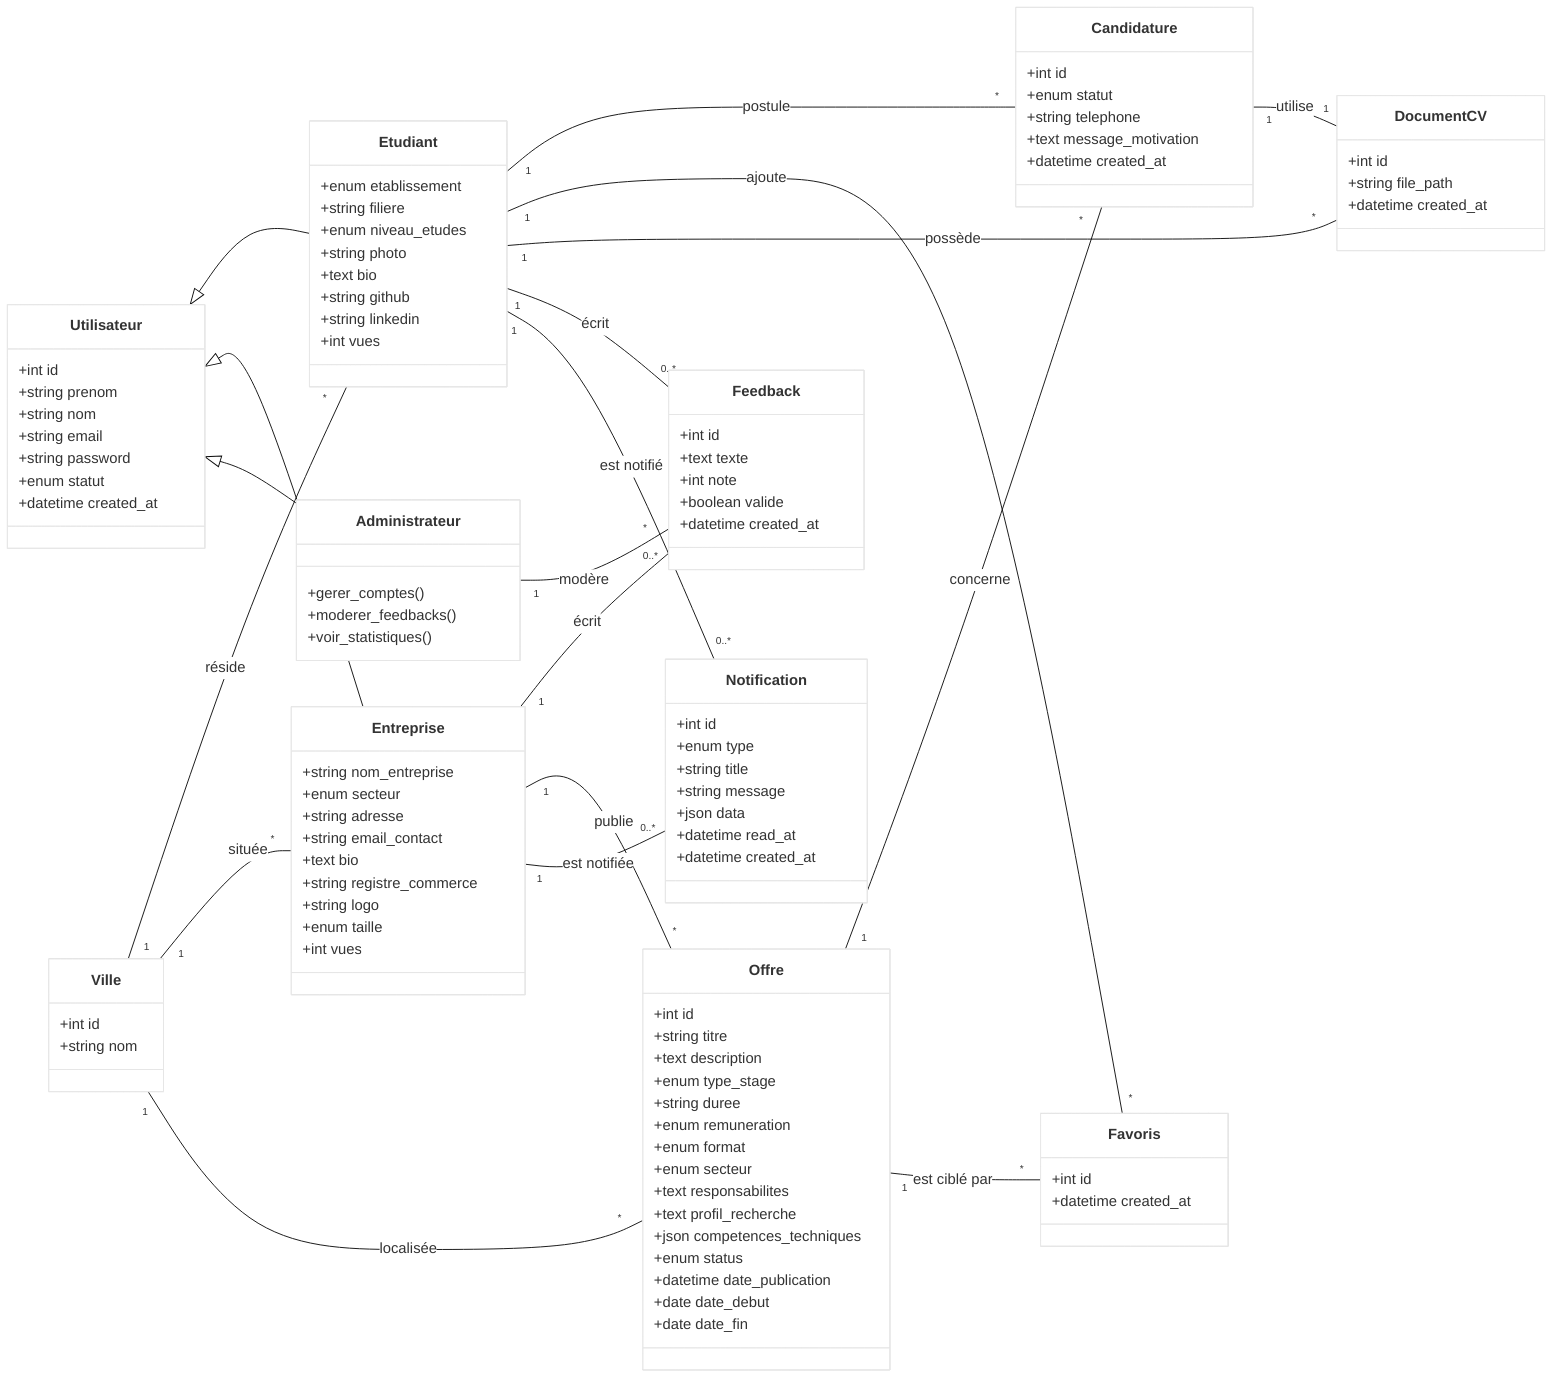
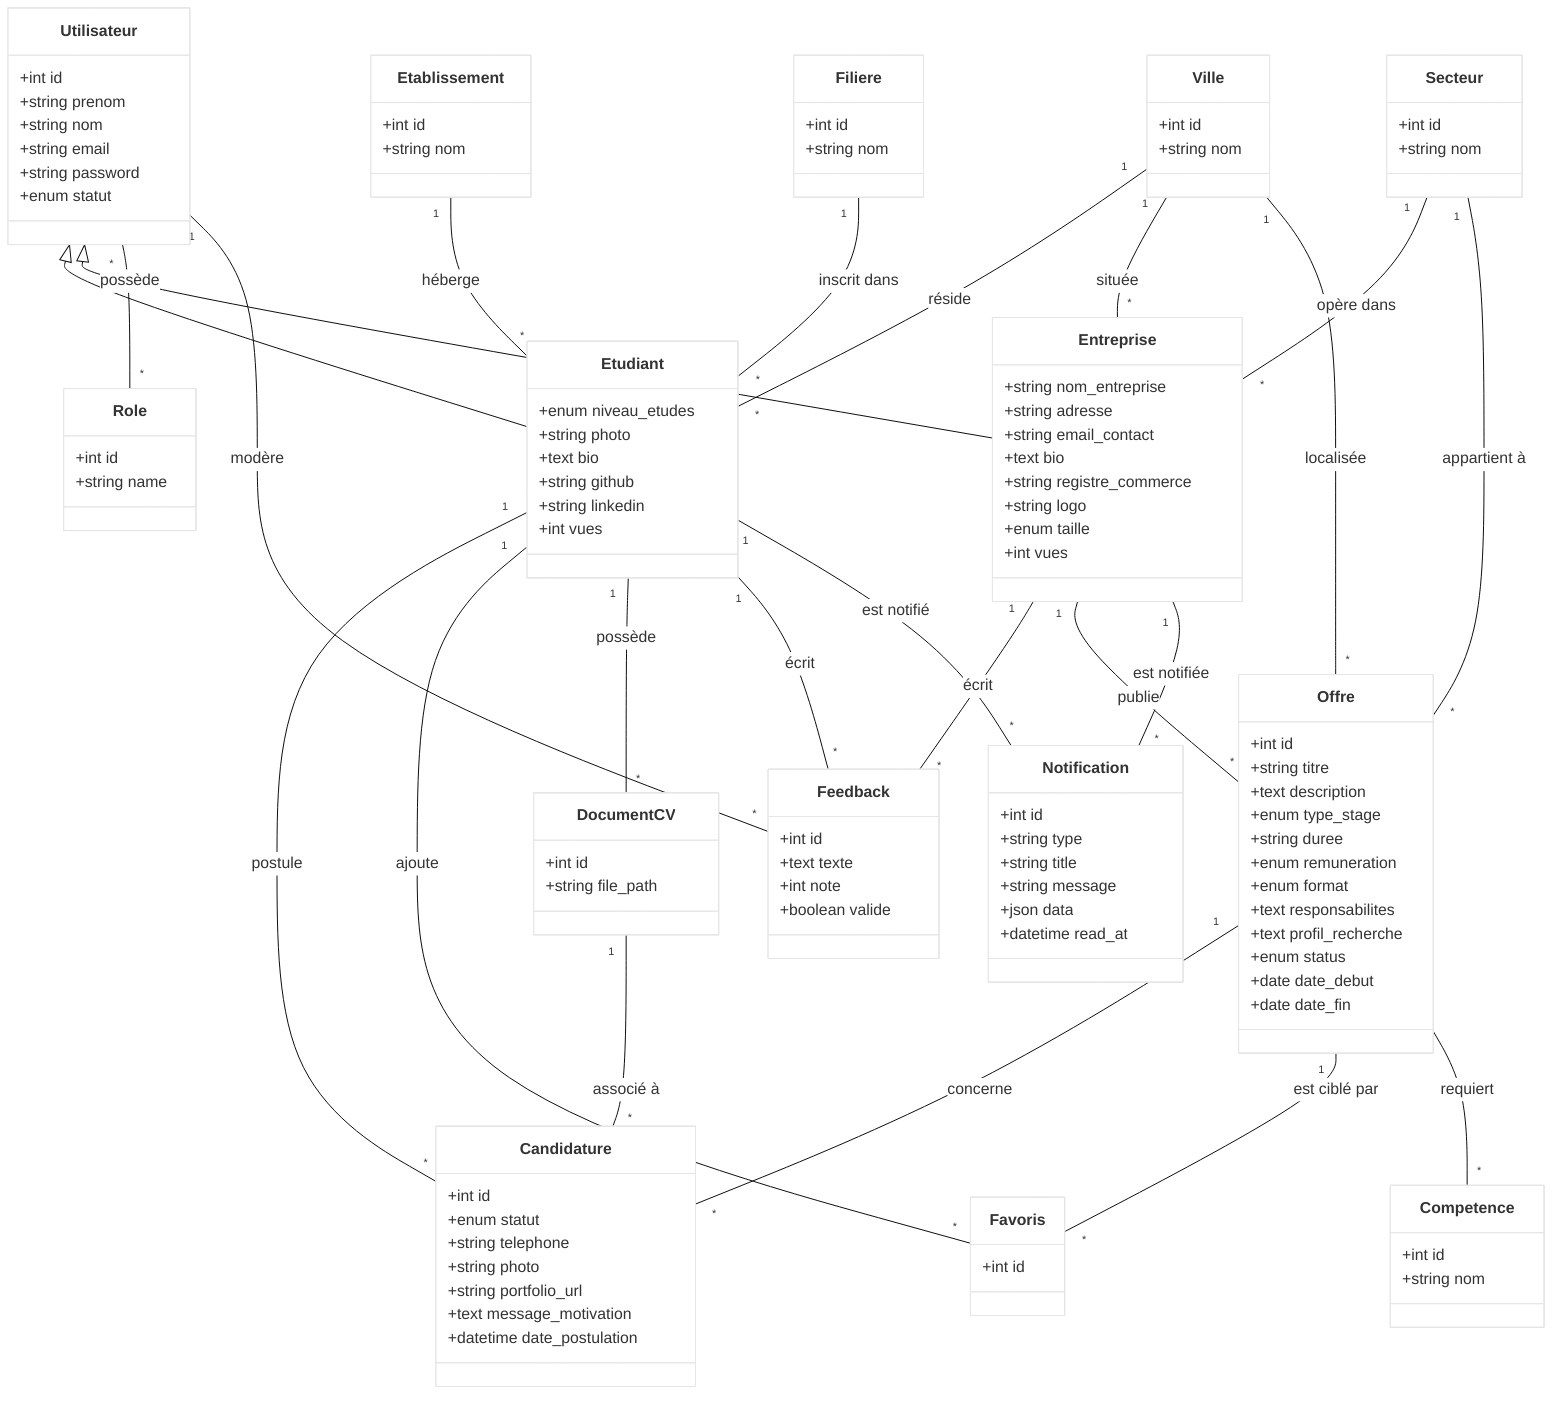
%%{init: {'theme': 'base', 'themeVariables': { 'primaryColor': '#ffffff', 'edgeLabelBackground':'#ffffff', 'tertiaryColor': '#ffffff'}}}%%
classDiagram
-     direction LR
+     direction TB

    %% ====================
-     %% Classes de base (Utilisateurs)
+     %% Noyau Utilisateurs & Rôles
    %% ====================
    class Utilisateur {
        +int id
        +string prenom
        +string nom
        +string email
        +string password
        +enum statut
-         +datetime created_at
+     }
+ 
+     class Role {
+         +int id
+         +string name
    }

    class Etudiant {
-         +enum etablissement
-         +string filiere
        +enum niveau_etudes
        +string photo
        +text bio
        +string github
        +string linkedin
        +int vues
    }

    class Entreprise {
        +string nom_entreprise
-         +enum secteur
        +string adresse
        +string email_contact
        +text bio
        +string registre_commerce
        +string logo
        +enum taille
        +int vues
    }

-     class Administrateur {
-         +gerer_comptes()
-         +moderer_feedbacks()
-         +voir_statistiques()
+     %% ====================
+     %% Tables de Référence / Nomenclature
+     %% ====================
+     class Ville {
+         +int id
+         +string nom
+     }
+ 
+     class Etablissement {
+         +int id
+         +string nom
+     }
+ 
+     class Filiere {
+         +int id
+         +string nom
+     }
+ 
+     class Secteur {
+         +int id
+         +string nom
+     }
+ 
+     class Competence {
+         +int id
+         +string nom
    }

    %% ====================
-     %% Entités Métier
+     %% Entités Métier (Offres & Candidatures)
    %% ====================
    class Offre {
        +int id
        +string titre
        +text description
        +enum type_stage
        +string duree
        +enum remuneration
        +enum format
-         +enum secteur
        +text responsabilites
        +text profil_recherche
-         +json competences_techniques
        +enum status
-         +datetime date_publication
        +date date_debut
        +date date_fin
    }

    class Candidature {
        +int id
        +enum statut
        +string telephone
+         +string photo
+         +string portfolio_url
        +text message_motivation
-         +datetime created_at
+         +datetime date_postulation
    }

    class DocumentCV {
        +int id
        +string file_path
-         +datetime created_at
    }

    class Feedback {
        +int id
        +text texte
        +int note
        +boolean valide
-         +datetime created_at
    }

    class Favoris {
        +int id
-         +datetime created_at
-     }
- 
-     class Ville {
-         +int id
-         +string nom
    }

    class Notification {
        +int id
-         +enum type
+         +string type
        +string title
        +string message
        +json data
        +datetime read_at
-         +datetime created_at
    }

    %% ====================
-     %% Héritage (Logique)
+     %% Héritage (Logique Métier)
    %% ====================
    Utilisateur <|-- Etudiant
    Utilisateur <|-- Entreprise
-     Utilisateur <|-- Administrateur

    %% ====================
-     %% Relations & Cardinalités
+     %% Relations & Cardinalités (Sans flèches d'association)
    %% ====================

+     %% Rôles
+     Utilisateur "*" -- "*" Role : possède
+ 
+     %% Localisation (Nomenclatures)
    Ville "1" -- "*" Etudiant : réside
    Ville "1" -- "*" Entreprise : située
    Ville "1" -- "*" Offre : localisée

+     %% Nomenclatures Étudiant
+     Etablissement "1" -- "*" Etudiant : héberge
+     Filiere "1" -- "*" Etudiant : inscrit dans
+ 
+     %% Nomenclatures Entreprise & Offre
+     Secteur "1" -- "*" Entreprise : opère dans
+     Secteur "1" -- "*" Offre : appartient à
+ 
+     %% Étudiant Métier
    Etudiant "1" -- "*" Candidature : postule
    Etudiant "1" -- "*" Favoris : ajoute
    Etudiant "1" -- "*" DocumentCV : possède
-     Etudiant "1" -- "0..*" Feedback : écrit
+     Etudiant "1" -- "*" Feedback : écrit

-     Entreprise "1" -- "0..*" Feedback : écrit
+     %% Entreprise Métier
+     Entreprise "1" -- "*" Feedback : écrit
    Entreprise "1" -- "*" Offre : publie

+     %% Offre Métier
    Offre "1" -- "*" Candidature : concerne
    Offre "1" -- "*" Favoris : est ciblé par
+     Offre "*" -- "*" Competence : requiert

-     Administrateur "1" -- "*" Feedback : modère
+     %% Modération & Services transverses
+     Utilisateur "1" -- "*" Feedback : modère
+     DocumentCV "1" -- "*" Candidature : associé à

-     Candidature "1" -- "1" DocumentCV : utilise
- 
-     Etudiant "1" -- "0..*" Notification : est notifié
-     Entreprise "1" -- "0..*" Notification : est notifiée
+     %% Notifications
+     Etudiant "1" -- "*" Notification : est notifié
+     Entreprise "1" -- "*" Notification : est notifiée
